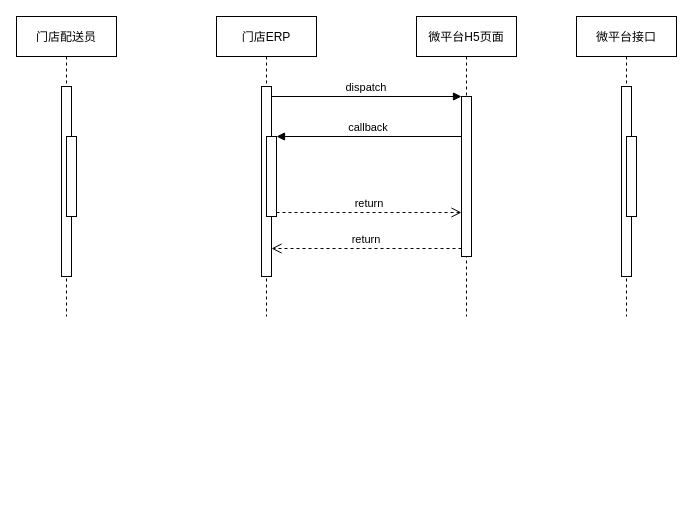
The draw.io diagram Kemai/星湘源外卖配送时序图.drawio in noobwu/diagrams, before the edit. Source tidied: cells renumbered, new cells numbered last; positions are measured from the earlier drawing's top-left corner, leaving out a move shared by most shapes. Both pictures are drawn from the tidied source at 100%, with x=0, y=0 at pixel (16, 16).
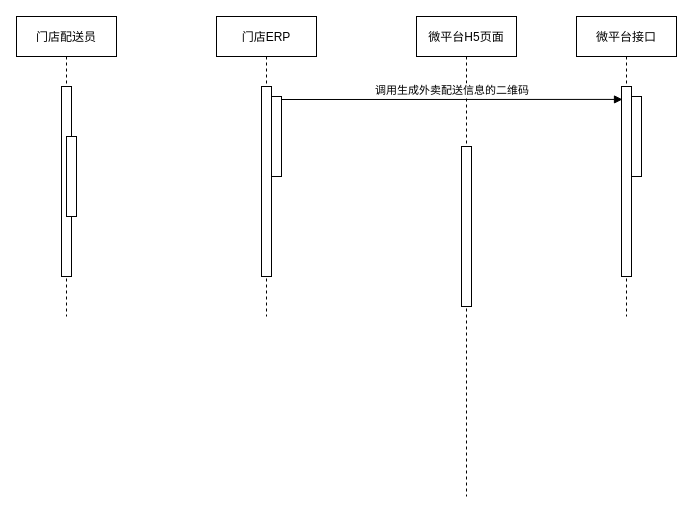
Above is the later version.

Commit message (it also covers changes not shown here):
Update 星湘源外卖配送时序图.drawio

The edit, as a diff of the source:
```diff
@@
 <mxGraphModel>
   <root>
     <mxCell id="0" />
     <mxCell id="1" parent="0" />
     <mxCell id="2" value="门店ERP" style="shape=umlLifeline;perimeter=lifelinePerimeter;rounded=0;shadow=0;strokeWidth=1;" parent="1" vertex="1">
       <mxGeometry x="200" width="100" height="300" as="geometry" />
     </mxCell>
     <mxCell id="3" style="points=[];perimeter=orthogonalPerimeter;rounded=0;shadow=0;strokeWidth=1;" parent="2" vertex="1">
       <mxGeometry x="45" y="70" width="10" height="190" as="geometry" />
     </mxCell>
     <mxCell id="4" style="points=[];perimeter=orthogonalPerimeter;rounded=0;shadow=0;strokeWidth=1;" parent="2" vertex="1">
-      <mxGeometry x="50" y="120" width="10" height="80" as="geometry" />
+      <mxGeometry x="55" y="80" width="10" height="80" as="geometry" />
     </mxCell>
     <mxCell id="5" value="微平台H5页面" style="shape=umlLifeline;perimeter=lifelinePerimeter;rounded=0;shadow=0;strokeWidth=1;" parent="1" vertex="1">
-      <mxGeometry x="400" width="100" height="300" as="geometry" />
+      <mxGeometry x="400" width="100" height="480" as="geometry" />
     </mxCell>
     <mxCell id="6" style="points=[];perimeter=orthogonalPerimeter;rounded=0;shadow=0;strokeWidth=1;" parent="5" vertex="1">
-      <mxGeometry x="45" y="80" width="10" height="160" as="geometry" />
+      <mxGeometry x="45" y="130" width="10" height="160" as="geometry" />
     </mxCell>
-    <mxCell id="7" value="return" style="verticalAlign=bottom;endArrow=open;dashed=1;endSize=8;exitX=0;exitY=0.95;shadow=0;strokeWidth=1;" parent="1" edge="1" source="6" target="3">
-      <mxGeometry relative="1" as="geometry" />
-    </mxCell>
-    <mxCell id="8" value="dispatch" style="verticalAlign=bottom;endArrow=block;entryX=0;entryY=0;shadow=0;strokeWidth=1;" parent="1" edge="1" source="3" target="6">
-      <mxGeometry relative="1" as="geometry" />
+    <mxCell id="8" value="调用生成外卖配送信息的二维码" style="verticalAlign=bottom;endArrow=block;entryX=0.1;entryY=0.068;shadow=0;strokeWidth=1;entryDx=0;entryDy=0;entryPerimeter=0;" parent="1" edge="1" target="15">
+      <mxGeometry relative="1" as="geometry">
+        <mxPoint x="265" y="83" as="sourcePoint" />
+      </mxGeometry>
     </mxCell>
-    <mxCell id="9" value="callback" style="verticalAlign=bottom;endArrow=block;entryX=1;entryY=0;shadow=0;strokeWidth=1;" parent="1" edge="1" source="6" target="4">
-      <mxGeometry relative="1" as="geometry" />
-    </mxCell>
-    <mxCell id="10" value="return" style="verticalAlign=bottom;endArrow=open;dashed=1;endSize=8;exitX=1;exitY=0.95;shadow=0;strokeWidth=1;" parent="1" edge="1" source="4" target="6">
-      <mxGeometry relative="1" as="geometry" />
-    </mxCell>
     <mxCell id="11" value="门店配送员" style="shape=umlLifeline;perimeter=lifelinePerimeter;rounded=0;shadow=0;strokeWidth=1;" parent="1" vertex="1">
       <mxGeometry width="100" height="300" as="geometry" />
     </mxCell>
     <mxCell id="12" style="perimeter=orthogonalPerimeter;rounded=0;shadow=0;strokeWidth=1;" parent="11" vertex="1">
       <mxGeometry x="45" y="70" width="10" height="190" as="geometry" />
     </mxCell>
     <mxCell id="13" style="perimeter=orthogonalPerimeter;rounded=0;shadow=0;strokeWidth=1;" parent="11" vertex="1">
       <mxGeometry x="50" y="120" width="10" height="80" as="geometry" />
     </mxCell>
     <mxCell id="14" value="微平台接口" style="shape=umlLifeline;perimeter=lifelinePerimeter;rounded=0;shadow=0;strokeWidth=1;" parent="1" vertex="1">
       <mxGeometry x="560" width="100" height="300" as="geometry" />
     </mxCell>
     <mxCell id="15" style="points=[];perimeter=orthogonalPerimeter;rounded=0;shadow=0;strokeWidth=1;" parent="14" vertex="1">
       <mxGeometry x="45" y="70" width="10" height="190" as="geometry" />
     </mxCell>
     <mxCell id="16" style="perimeter=orthogonalPerimeter;rounded=0;shadow=0;strokeWidth=1;" parent="14" vertex="1">
-      <mxGeometry x="50" y="120" width="10" height="80" as="geometry" />
+      <mxGeometry x="55" y="80" width="10" height="80" as="geometry" />
     </mxCell>
   </root>
 </mxGraphModel>
```
